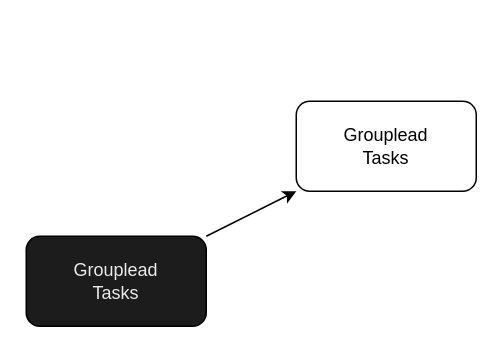
Earlier version of the draw.io diagram Unbenanntes Diagramm.drawio (goeck/Molton-Shotclock-Bluetooth-Adapter). Source tidied: cells renumbered, new cells numbered last; positions are measured from the earlier drawing's top-left corner, leaving out a move shared by most shapes. Both pictures are drawn from the tidied source at 150%, with x=0, y=0 at pixel (26, 100).
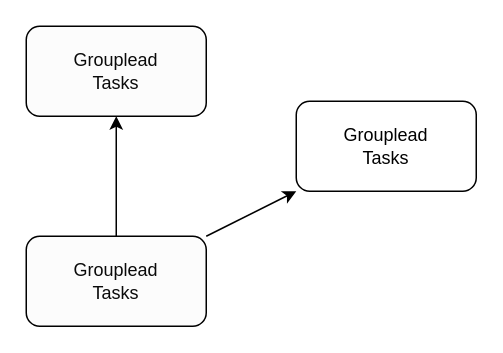
The same diagram, later.

Change to the diagram source:
```diff
@@
 <mxGraphModel>
   <root>
     <mxCell id="0" />
     <mxCell id="1" parent="0" />
     <mxCell id="2" style="rounded=0;jettySize=auto;html=1;" parent="1" edge="1" source="3" target="4">
       <mxGeometry relative="1" as="geometry" />
     </mxCell>
+    <mxCell id="5" style="edgeStyle=orthogonalEdgeStyle;rounded=0;jettySize=auto;html=1;" parent="1" edge="1" source="3" target="6">
+      <mxGeometry relative="1" as="geometry" />
+    </mxCell>
-    <mxCell id="3" value="Grouplead&lt;br&gt;Tasks" style="rounded=1;whiteSpace=wrap;html=1;fillColor=#1C1C1C;fontColor=#EBEBEB;" parent="1" vertex="1">
+    <mxCell id="3" value="Grouplead&lt;br&gt;Tasks" style="rounded=1;whiteSpace=wrap;html=1;fillColor=#FCFCFC;fontColor=#0A0A0A;" parent="1" vertex="1">
       <mxGeometry y="90" width="120" height="60" as="geometry" />
     </mxCell>
     <mxCell id="4" value="Grouplead&lt;br&gt;Tasks" style="rounded=1;whiteSpace=wrap;html=1;" parent="1" vertex="1">
       <mxGeometry x="180" width="120" height="60" as="geometry" />
     </mxCell>
+    <mxCell id="6" value="Grouplead&lt;br&gt;Tasks" style="rounded=1;whiteSpace=wrap;html=1;fillColor=#FCFCFC;fontColor=#0A0A0A;" parent="1" vertex="1">
+      <mxGeometry y="-50" width="120" height="60" as="geometry" />
+    </mxCell>
   </root>
 </mxGraphModel>
```
